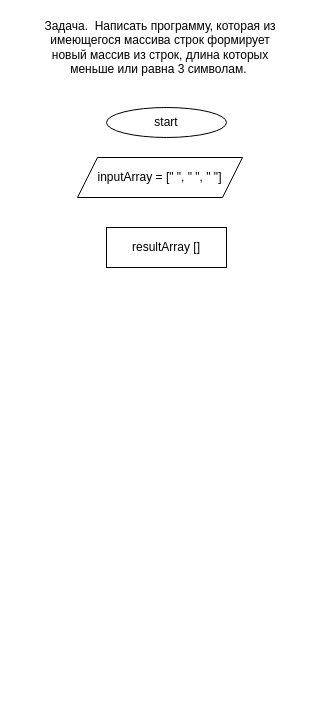
Before: ex/diagram.drawio in RomanenkoElena/ControlHomework, a draw.io diagram. Source tidied: cells renumbered, new cells numbered last; positions are measured from the earlier drawing's top-left corner, leaving out a move shared by most shapes. Both pictures are drawn from the tidied source at 100%, with x=0, y=0 at pixel (32, 17).
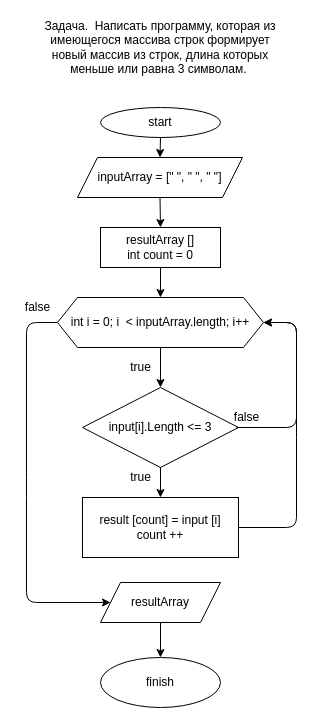
After the change.

Unchanged cells that the change refers to:
```xml
<mxCell id="4" value="inputArray = [&quot; &quot;, &quot; &quot;, &quot; &quot;]" style="shape=parallelogram;perimeter=parallelogramPerimeter;whiteSpace=wrap;html=1;fixedSize=1;" parent="1" vertex="1">
  <mxGeometry x="45" y="140" width="165" height="40" as="geometry" />
</mxCell>
```

Change to the diagram source:
```diff
@@
     <mxCell id="2" value="start" style="ellipse;whiteSpace=wrap;html=1;" parent="1" vertex="1">
-      <mxGeometry x="74" y="90" width="120" height="30" as="geometry" />
+      <mxGeometry x="68" y="90" width="120" height="30" as="geometry" />
     </mxCell>
@@
-    <mxCell id="5" value="resultArray []" style="rounded=0;whiteSpace=wrap;html=1;" parent="1" vertex="1">
-      <mxGeometry x="74" y="210" width="120" height="40" as="geometry" />
+    <mxCell id="5" value="resultArray []&lt;br&gt;int count = 0" style="rounded=0;whiteSpace=wrap;html=1;" parent="1" vertex="1">
+      <mxGeometry x="68" y="210" width="120" height="40" as="geometry" />
     </mxCell>
+    <mxCell id="6" style="endArrow=classic;html=1;entryX=0.5;entryY=0;entryDx=0;entryDy=0;exitX=0.5;exitY=1;exitDx=0;exitDy=0;" parent="1" edge="1" source="2" target="4">
+      <mxGeometry relative="1" as="geometry" />
+    </mxCell>
+    <mxCell id="7" style="endArrow=classic;html=1;entryX=0.5;entryY=0;entryDx=0;entryDy=0;exitX=0.5;exitY=1;exitDx=0;exitDy=0;" parent="1" edge="1" source="4" target="5">
+      <mxGeometry relative="1" as="geometry" />
+    </mxCell>
+    <mxCell id="8" value="int i = 0; i&amp;nbsp; &amp;lt; inputArray.length; i++" style="shape=hexagon;perimeter=hexagonPerimeter2;whiteSpace=wrap;html=1;fixedSize=1;" parent="1" vertex="1">
+      <mxGeometry x="25" y="280" width="206" height="50" as="geometry" />
+    </mxCell>
+    <mxCell id="9" style="endArrow=classic;html=1;entryX=0.5;entryY=0;entryDx=0;entryDy=0;exitX=0.5;exitY=1;exitDx=0;exitDy=0;" parent="1" edge="1" source="5" target="8">
+      <mxGeometry relative="1" as="geometry" />
+    </mxCell>
+    <mxCell id="10" value="input[i].Length &amp;lt;= 3" style="rhombus;whiteSpace=wrap;html=1;" parent="1" vertex="1">
+      <mxGeometry x="50" y="370" width="156" height="80" as="geometry" />
+    </mxCell>
+    <mxCell id="11" value="result [count] = input [i]&lt;br&gt;count ++" style="rounded=0;whiteSpace=wrap;html=1;" parent="1" vertex="1">
+      <mxGeometry x="50" y="480" width="156" height="60" as="geometry" />
+    </mxCell>
+    <mxCell id="12" value="resultArray" style="shape=parallelogram;perimeter=parallelogramPerimeter;whiteSpace=wrap;html=1;fixedSize=1;" parent="1" vertex="1">
+      <mxGeometry x="68" y="565" width="120" height="40" as="geometry" />
+    </mxCell>
+    <mxCell id="13" value="finish" style="ellipse;whiteSpace=wrap;html=1;" parent="1" vertex="1">
+      <mxGeometry x="68" y="640" width="120" height="50" as="geometry" />
+    </mxCell>
+    <mxCell id="14" style="endArrow=classic;html=1;entryX=0.5;entryY=0;entryDx=0;entryDy=0;exitX=0.5;exitY=1;exitDx=0;exitDy=0;" parent="1" edge="1" source="12" target="13">
+      <mxGeometry relative="1" as="geometry" />
+    </mxCell>
+    <mxCell id="15" style="endArrow=classic;html=1;entryX=0.5;entryY=0;entryDx=0;entryDy=0;exitX=0.5;exitY=1;exitDx=0;exitDy=0;" parent="1" edge="1" source="8" target="10">
+      <mxGeometry relative="1" as="geometry" />
+    </mxCell>
+    <mxCell id="16" value="true" style="text;html=1;align=center;verticalAlign=middle;strokeColor=none;fillColor=none;" parent="1" vertex="1">
+      <mxGeometry x="88" y="340" width="40" height="20" as="geometry" />
+    </mxCell>
+    <mxCell id="17" style="endArrow=classic;html=1;entryX=0;entryY=0.5;entryDx=0;entryDy=0;exitX=0;exitY=0.5;exitDx=0;exitDy=0;" parent="1" edge="1" source="8" target="12">
+      <mxGeometry relative="1" as="geometry">
+        <Array as="points">
+          <mxPoint x="-6" y="305" />
+          <mxPoint x="-6" y="470" />
+          <mxPoint x="-6" y="585" />
+        </Array>
+      </mxGeometry>
+    </mxCell>
+    <mxCell id="18" value="false" style="text;html=1;align=center;verticalAlign=middle;strokeColor=none;fillColor=none;" parent="1" vertex="1">
+      <mxGeometry x="-15" y="280" width="40" height="20" as="geometry" />
+    </mxCell>
+    <mxCell id="19" style="endArrow=classic;html=1;entryX=0.5;entryY=0;entryDx=0;entryDy=0;exitX=0.5;exitY=1;exitDx=0;exitDy=0;" parent="1" edge="1" source="10" target="11">
+      <mxGeometry relative="1" as="geometry" />
+    </mxCell>
+    <mxCell id="20" value="true" style="text;html=1;align=center;verticalAlign=middle;strokeColor=none;fillColor=none;" parent="1" vertex="1">
+      <mxGeometry x="88" y="450" width="40" height="20" as="geometry" />
+    </mxCell>
+    <mxCell id="21" style="endArrow=classic;html=1;entryX=1;entryY=0.5;entryDx=0;entryDy=0;" parent="1" edge="1" target="8">
+      <mxGeometry relative="1" as="geometry">
+        <mxPoint x="204" y="410" as="sourcePoint" />
+        <Array as="points">
+          <mxPoint x="264" y="410" />
+          <mxPoint x="264" y="305" />
+        </Array>
+      </mxGeometry>
+    </mxCell>
+    <mxCell id="22" value="false" style="text;html=1;align=center;verticalAlign=middle;strokeColor=none;fillColor=none;" parent="1" vertex="1">
+      <mxGeometry x="194" y="390" width="40" height="20" as="geometry" />
+    </mxCell>
+    <mxCell id="23" style="endArrow=classic;html=1;exitX=1;exitY=0.5;exitDx=0;exitDy=0;entryX=1;entryY=0.5;entryDx=0;entryDy=0;" parent="1" edge="1" source="11" target="8">
+      <mxGeometry relative="1" as="geometry">
+        <Array as="points">
+          <mxPoint x="264" y="510" />
+          <mxPoint x="264" y="410" />
+          <mxPoint x="264" y="305" />
+        </Array>
+      </mxGeometry>
+    </mxCell>
```
